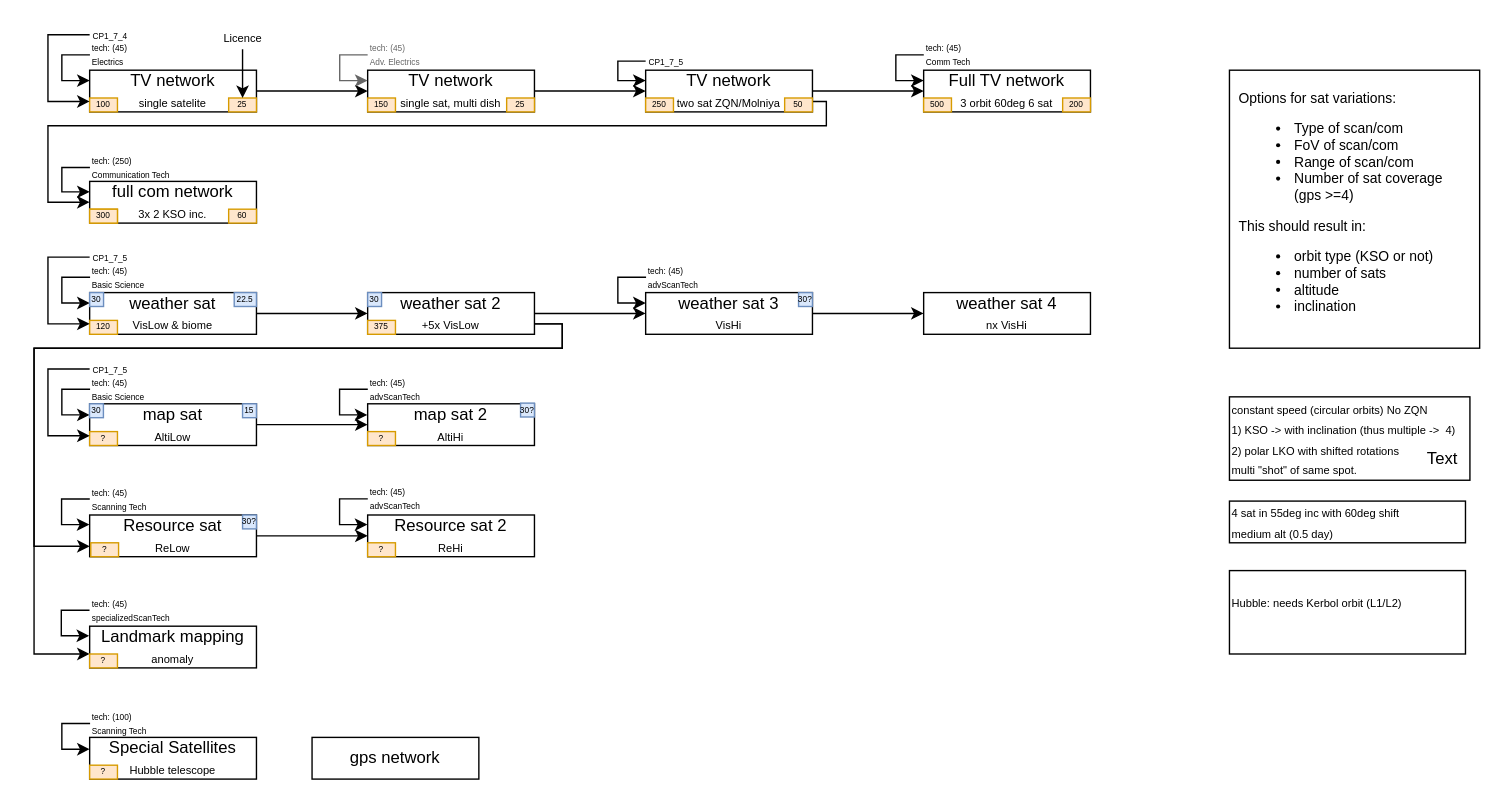
This is doc/CP2 contracts.drawio from SaphireFalcon/real_career, a draw.io file, before an edit. Source tidied: cells renumbered, new cells numbered last; positions are measured from the earlier drawing's top-left corner, leaving out a move shared by most shapes. Both pictures are drawn from the tidied source at 139%, with x=0, y=0 at pixel (33, 28).
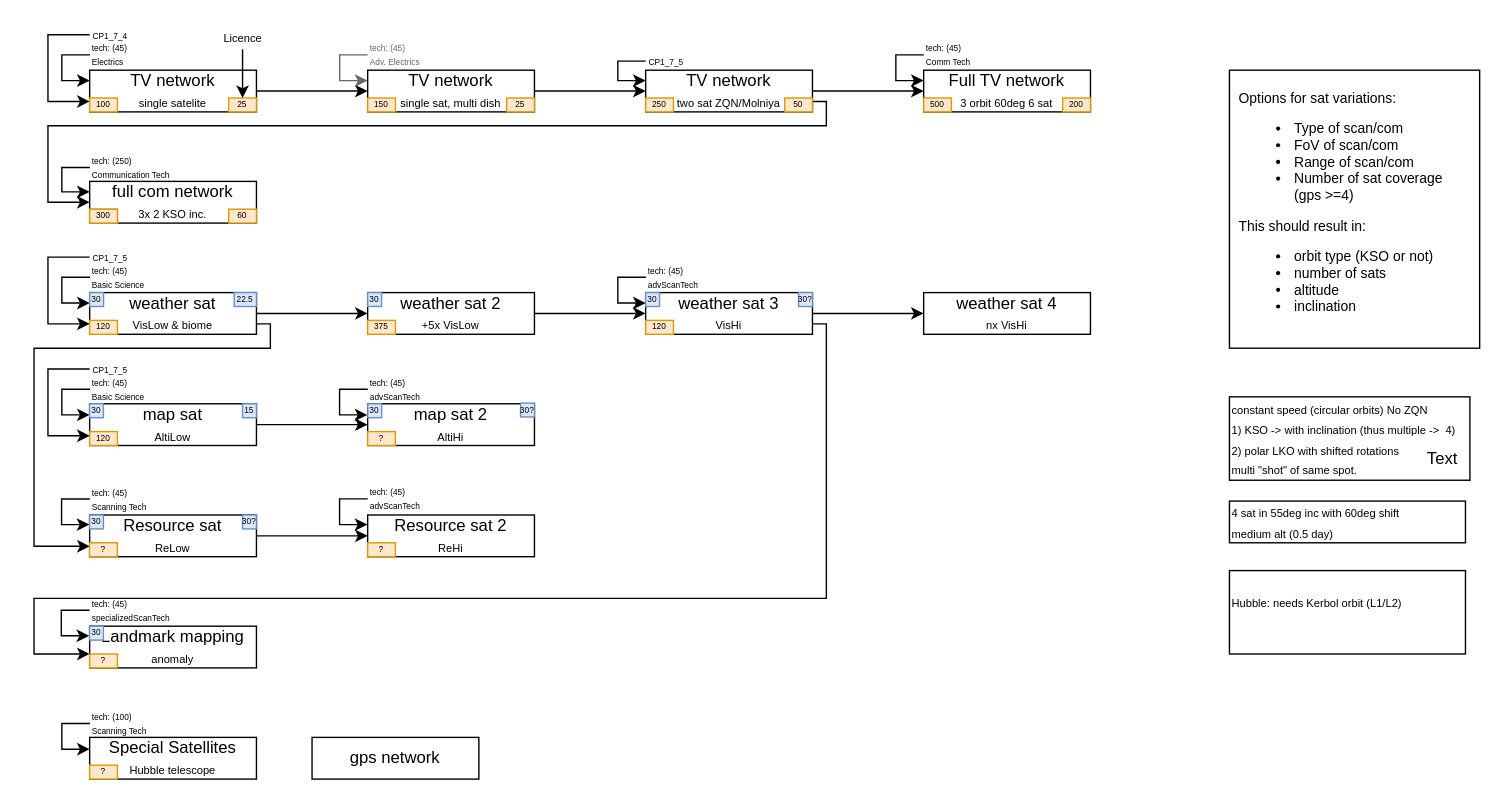
The same page after the edit.

The change refers to these unchanged cells:
```xml
<mxCell id="5" value="weather&amp;nbsp;sat&lt;br style=&quot;font-size: 8px&quot;&gt;&lt;span style=&quot;font-size: 8px&quot;&gt;VisLow&lt;/span&gt;&lt;span style=&quot;font-size: 8px&quot;&gt;&amp;nbsp;&lt;/span&gt;&lt;span style=&quot;font-size: 8px&quot;&gt;&amp;amp; biome&lt;/span&gt;" style="rounded=0;whiteSpace=wrap;html=1;" parent="1" vertex="1">
  <mxGeometry x="40" y="190" width="120" height="30" as="geometry" />
</mxCell>
<mxCell id="8" value="Resource sat&lt;br style=&quot;font-size: 8px&quot;&gt;&lt;span style=&quot;font-size: 8px&quot;&gt;ReLow&lt;/span&gt;" style="rounded=0;whiteSpace=wrap;html=1;" parent="1" vertex="1">
  <mxGeometry x="40" y="350" width="120" height="30" as="geometry" />
</mxCell>
<mxCell id="55" value="weather&amp;nbsp;sat 2&lt;br style=&quot;font-size: 8px&quot;&gt;&lt;span style=&quot;font-size: 8px&quot;&gt;+5x&amp;nbsp;&lt;/span&gt;&lt;span style=&quot;font-size: 8px&quot;&gt;VisLow&lt;/span&gt;" style="rounded=0;whiteSpace=wrap;html=1;" parent="1" vertex="1">
  <mxGeometry x="240" y="190" width="120" height="30" as="geometry" />
</mxCell>
<mxCell id="61" value="weather&amp;nbsp;sat 3&lt;br style=&quot;font-size: 8px&quot;&gt;&lt;span style=&quot;font-size: 8px&quot;&gt;VisHi&lt;/span&gt;" style="rounded=0;whiteSpace=wrap;html=1;" parent="1" vertex="1">
  <mxGeometry x="440" y="190" width="120" height="30" as="geometry" />
</mxCell>
<mxCell id="67" value="?" style="text;html=1;strokeColor=#d79b00;fillColor=#ffe6cc;align=center;verticalAlign=middle;whiteSpace=wrap;rounded=0;fontSize=6;" parent="1" vertex="1">
  <mxGeometry x="40" y="450" width="20" height="10" as="geometry" />
</mxCell>
```

The edit, as a diff of the source:
```diff
@@
     <mxCell id="9" value="?" style="text;html=1;strokeColor=#d79b00;fillColor=#ffe6cc;align=center;verticalAlign=middle;whiteSpace=wrap;rounded=0;fontSize=6;" parent="1" vertex="1">
-      <mxGeometry x="40.8" y="370" width="20" height="10" as="geometry" />
+      <mxGeometry x="39.9" y="370" width="20" height="10" as="geometry" />
     </mxCell>
@@
-    <mxCell id="17" value="?" style="text;html=1;strokeColor=#d79b00;fillColor=#ffe6cc;align=center;verticalAlign=middle;whiteSpace=wrap;rounded=0;fontSize=6;" parent="1" vertex="1">
+    <mxCell id="17" value="120" style="text;html=1;strokeColor=#d79b00;fillColor=#ffe6cc;align=center;verticalAlign=middle;whiteSpace=wrap;rounded=0;fontSize=6;" parent="1" vertex="1">
       <mxGeometry x="40" y="290" width="20" height="10" as="geometry" />
     </mxCell>
@@
-    <mxCell id="53" style="edgeStyle=orthogonalEdgeStyle;rounded=0;jettySize=auto;html=1;exitX=1;exitY=0.75;exitDx=0;exitDy=0;entryX=0;entryY=0.75;entryDx=0;entryDy=0;" parent="1" edge="1" source="55" target="8">
+    <mxCell id="53" style="edgeStyle=orthogonalEdgeStyle;rounded=0;jettySize=auto;html=1;exitX=1;exitY=0.75;exitDx=0;exitDy=0;entryX=0;entryY=0.75;entryDx=0;entryDy=0;" parent="1" edge="1" source="5" target="8">
       <mxGeometry relative="1" as="geometry">
         <Array as="points">
-          <mxPoint x="380" y="213" />
-          <mxPoint x="380" y="230" />
+          <mxPoint x="170" y="213" />
+          <mxPoint x="170" y="230" />
           <mxPoint y="230" />
           <mxPoint y="373" />
         </Array>
       </mxGeometry>
     </mxCell>
-    <mxCell id="54" style="edgeStyle=orthogonalEdgeStyle;rounded=0;jettySize=auto;html=1;exitX=1;exitY=0.75;exitDx=0;exitDy=0;entryX=0;entryY=0;entryDx=0;entryDy=0;" parent="1" edge="1" source="55" target="67">
+    <mxCell id="54" style="edgeStyle=orthogonalEdgeStyle;rounded=0;jettySize=auto;html=1;exitX=1;exitY=0.75;exitDx=0;exitDy=0;entryX=0;entryY=0;entryDx=0;entryDy=0;" parent="1" edge="1" source="61" target="67">
       <mxGeometry relative="1" as="geometry">
         <Array as="points">
-          <mxPoint x="380" y="213" />
-          <mxPoint x="380" y="230" />
-          <mxPoint y="230" />
+          <mxPoint x="570" y="213" />
+          <mxPoint x="570" y="410" />
+          <mxPoint y="410" />
           <mxPoint y="450" />
         </Array>
       </mxGeometry>
     </mxCell>
@@
+    <mxCell id="95" value="30" style="text;html=1;strokeColor=#6c8ebf;fillColor=#dae8fc;align=center;verticalAlign=middle;whiteSpace=wrap;rounded=0;fontSize=6;" parent="1" vertex="1">
+      <mxGeometry x="240.1" y="270" width="10" height="10" as="geometry" />
+    </mxCell>
+    <mxCell id="96" value="30" style="text;html=1;strokeColor=#6c8ebf;fillColor=#dae8fc;align=center;verticalAlign=middle;whiteSpace=wrap;rounded=0;fontSize=6;" parent="1" vertex="1">
+      <mxGeometry x="39.9" y="350" width="10" height="10" as="geometry" />
+    </mxCell>
+    <mxCell id="97" value="30" style="text;html=1;strokeColor=#6c8ebf;fillColor=#dae8fc;align=center;verticalAlign=middle;whiteSpace=wrap;rounded=0;fontSize=6;" parent="1" vertex="1">
+      <mxGeometry x="39.9" y="430" width="10" height="10" as="geometry" />
+    </mxCell>
+    <mxCell id="98" value="30" style="text;html=1;strokeColor=#6c8ebf;fillColor=#dae8fc;align=center;verticalAlign=middle;whiteSpace=wrap;rounded=0;fontSize=6;" parent="1" vertex="1">
+      <mxGeometry x="440" y="190" width="10" height="10" as="geometry" />
+    </mxCell>
+    <mxCell id="99" value="120" style="text;html=1;strokeColor=#d79b00;fillColor=#ffe6cc;align=center;verticalAlign=middle;whiteSpace=wrap;rounded=0;fontSize=6;" parent="1" vertex="1">
+      <mxGeometry x="440" y="210" width="20" height="10" as="geometry" />
+    </mxCell>
```
